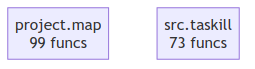
Above: project/compact_flow.png in semcod/taskill (Mermaid), before the change. Its source is kept beside it as project/compact_flow.mmd. Its diagram source:
```mermaid
flowchart TD
    project__map["project.map<br/>99 funcs"]
    src__taskill["src.taskill<br/>73 funcs"]
```
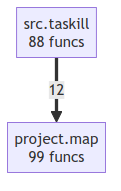
The same file after the commit.

The edit, as a diff of the source:
```diff
@@ -1,3 +1,4 @@
 flowchart TD
     project__map["project.map<br/>99 funcs"]
-    src__taskill["src.taskill<br/>73 funcs"]
+    src__taskill["src.taskill<br/>88 funcs"]
+    src__taskill ==>|12| project__map
```
